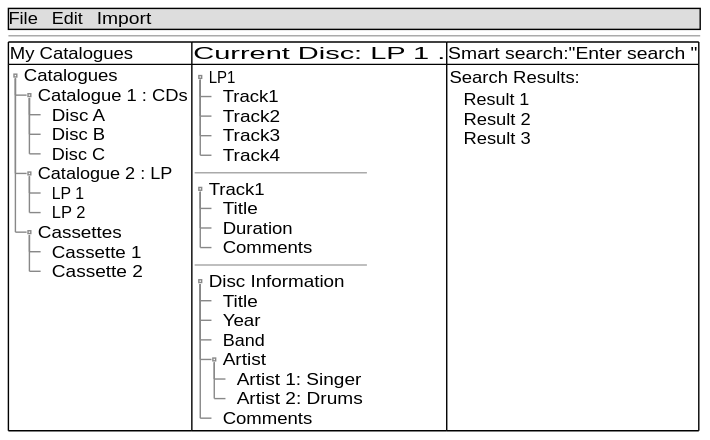
Above: doc/images/Gui.svg in AxoKoi/BandurriaJ (PlantUML), before the change.
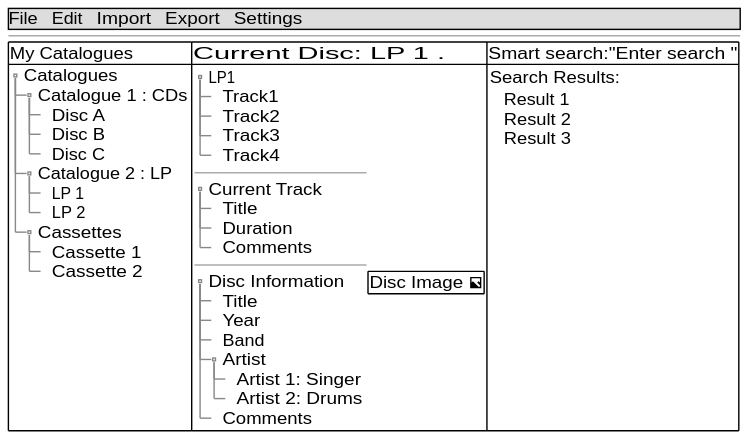
The same file after the commit.

The edit, as a diff of the source:
```diff
@@ -1,7 +1,7 @@
 @startuml
 salt
 {
-    {* File | Edit | Import}
+    {* File | Edit | Import | Export | Settings }
     --
     {#
     My Catalogues | Current Disc: LP 1                  .| Smart search:"Enter search  "
@@ -27,7 +27,7 @@
               }
              --
              {T
-               +Track1
+               + Current Track
                 ++ Title
                 ++ Duration
                 ++ Comments
@@ -42,7 +42,8 @@
                  +++ Artist 1: Singer
                  +++ Artist 2: Drums
                 ++ Comments
-             }
+             } | {# Disc Image <&image> }
+
 
            } | { Search Results:
               {T
@@ -52,6 +53,5 @@
               }
              }
     }
-
 }
 @enduml
```
